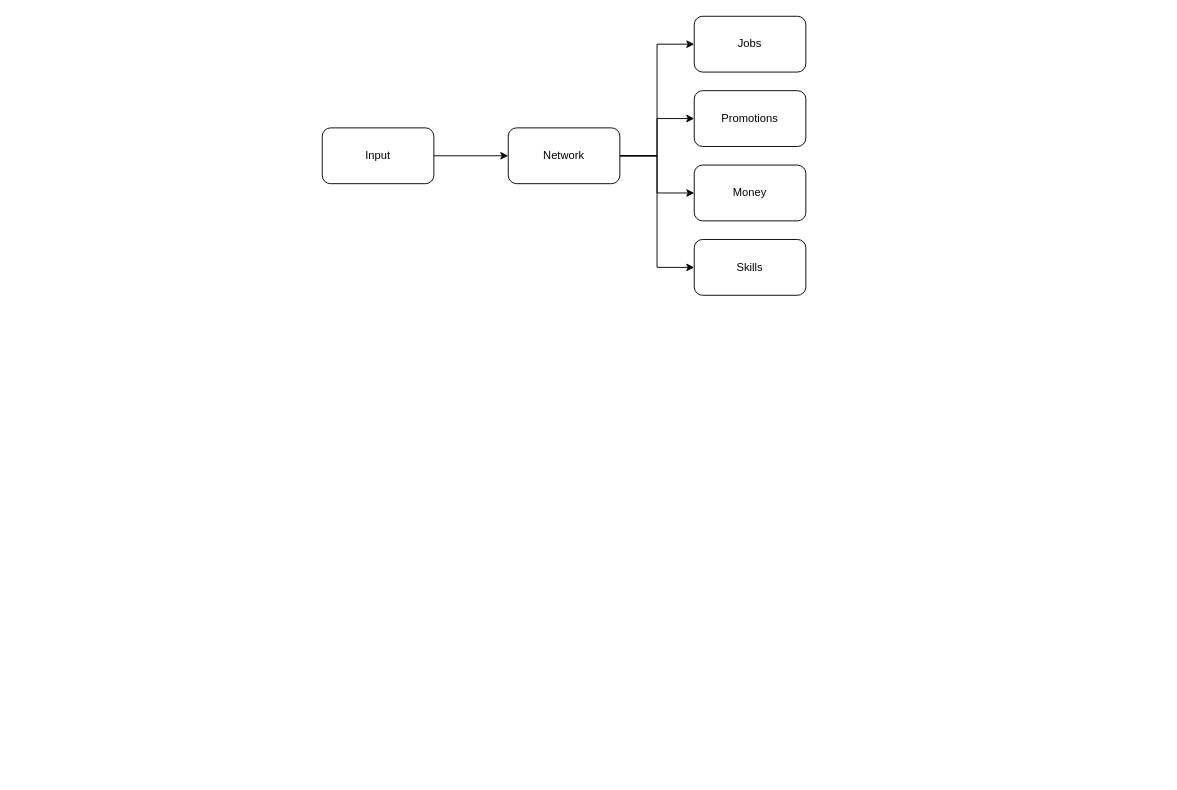
Before: Personal Networking.drawio in andrewBrownConsulting/draw.io, a draw.io diagram. Source tidied: cells renumbered, new cells numbered last; positions are measured from the earlier drawing's top-left corner, leaving out a move shared by most shapes. Both pictures are drawn from the tidied source at 93%, with x=0, y=0 at pixel (322, 16).
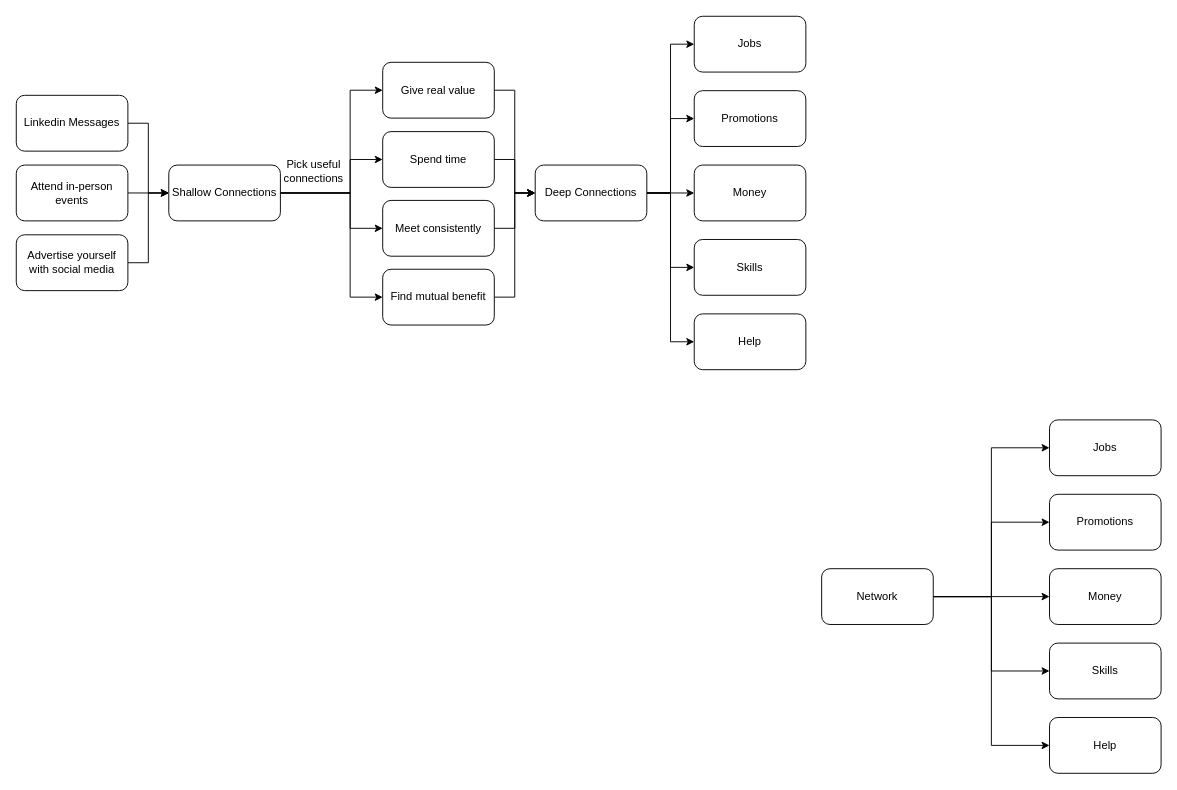
Above is the later version.

The change refers to these unchanged cells:
```xml
<mxCell id="2" value="Jobs" style="rounded=1;whiteSpace=wrap;html=1;" parent="1" vertex="1">
  <mxGeometry x="400" width="120" height="60" as="geometry" />
</mxCell>
<mxCell id="10" value="Promotions" style="rounded=1;whiteSpace=wrap;html=1;" parent="1" vertex="1">
  <mxGeometry x="400" y="80" width="120" height="60" as="geometry" />
</mxCell>
<mxCell id="11" value="Money" style="rounded=1;whiteSpace=wrap;html=1;" parent="1" vertex="1">
  <mxGeometry x="400" y="160" width="120" height="60" as="geometry" />
</mxCell>
<mxCell id="12" value="Skills" style="rounded=1;whiteSpace=wrap;html=1;" parent="1" vertex="1">
  <mxGeometry x="400" y="240" width="120" height="60" as="geometry" />
</mxCell>
```

What changed in the source:
```diff
@@
-    <mxCell id="3" style="edgeStyle=orthogonalEdgeStyle;rounded=0;jettySize=auto;html=1;" parent="1" edge="1" source="4" target="9">
-      <mxGeometry relative="1" as="geometry" />
-    </mxCell>
+    <mxCell id="13" style="edgeStyle=orthogonalEdgeStyle;rounded=0;jettySize=auto;html=1;entryX=0;entryY=0.5;entryDx=0;entryDy=0;" parent="1" edge="1" source="4" target="22">
+      <mxGeometry relative="1" as="geometry" />
+    </mxCell>
-    <mxCell id="4" value="Input" style="rounded=1;whiteSpace=wrap;html=1;" parent="1" vertex="1">
-      <mxGeometry y="120" width="120" height="60" as="geometry" />
+    <mxCell id="4" value="Linkedin Messages" style="rounded=1;whiteSpace=wrap;html=1;" parent="1" vertex="1">
+      <mxGeometry x="-329" y="85" width="120" height="60" as="geometry" />
     </mxCell>
-    <mxCell id="5" style="edgeStyle=orthogonalEdgeStyle;rounded=0;jettySize=auto;html=1;entryX=0;entryY=0.5;entryDx=0;entryDy=0;" parent="1" edge="1" source="9" target="2">
+    <mxCell id="5" style="edgeStyle=orthogonalEdgeStyle;rounded=0;jettySize=auto;html=1;entryX=0;entryY=0.5;entryDx=0;entryDy=0;exitX=1;exitY=0.5;exitDx=0;exitDy=0;" parent="1" edge="1" source="24" target="2">
       <mxGeometry relative="1" as="geometry" />
     </mxCell>
-    <mxCell id="6" style="edgeStyle=orthogonalEdgeStyle;rounded=0;jettySize=auto;html=1;entryX=0;entryY=0.5;entryDx=0;entryDy=0;" parent="1" edge="1" source="9" target="10">
+    <mxCell id="6" style="edgeStyle=orthogonalEdgeStyle;rounded=0;jettySize=auto;html=1;entryX=0;entryY=0.5;entryDx=0;entryDy=0;exitX=1;exitY=0.5;exitDx=0;exitDy=0;" parent="1" edge="1" source="24" target="10">
       <mxGeometry relative="1" as="geometry" />
     </mxCell>
-    <mxCell id="7" style="edgeStyle=orthogonalEdgeStyle;rounded=0;jettySize=auto;html=1;entryX=0;entryY=0.5;entryDx=0;entryDy=0;" parent="1" edge="1" source="9" target="11">
+    <mxCell id="7" style="edgeStyle=orthogonalEdgeStyle;rounded=0;jettySize=auto;html=1;entryX=0;entryY=0.5;entryDx=0;entryDy=0;exitX=1;exitY=0.5;exitDx=0;exitDy=0;" parent="1" edge="1" source="24" target="11">
       <mxGeometry relative="1" as="geometry" />
     </mxCell>
-    <mxCell id="8" style="edgeStyle=orthogonalEdgeStyle;rounded=0;jettySize=auto;html=1;entryX=0;entryY=0.5;entryDx=0;entryDy=0;" parent="1" edge="1" source="9" target="12">
+    <mxCell id="8" style="edgeStyle=orthogonalEdgeStyle;rounded=0;jettySize=auto;html=1;entryX=0;entryY=0.5;entryDx=0;entryDy=0;exitX=1;exitY=0.5;exitDx=0;exitDy=0;" parent="1" edge="1" source="24" target="12">
       <mxGeometry relative="1" as="geometry" />
     </mxCell>
-    <mxCell id="9" value="Network" style="rounded=1;whiteSpace=wrap;html=1;" parent="1" vertex="1">
-      <mxGeometry x="200" y="120" width="120" height="60" as="geometry" />
-    </mxCell>
@@
+    <mxCell id="14" style="edgeStyle=orthogonalEdgeStyle;rounded=0;jettySize=auto;html=1;entryX=0;entryY=0.5;entryDx=0;entryDy=0;" parent="1" edge="1" source="15" target="22">
+      <mxGeometry relative="1" as="geometry" />
+    </mxCell>
+    <mxCell id="15" value="Advertise yourself with social media" style="rounded=1;whiteSpace=wrap;html=1;" parent="1" vertex="1">
+      <mxGeometry x="-329" y="235" width="120" height="60" as="geometry" />
+    </mxCell>
+    <mxCell id="16" style="edgeStyle=orthogonalEdgeStyle;rounded=0;jettySize=auto;html=1;entryX=0;entryY=0.5;entryDx=0;entryDy=0;" parent="1" edge="1" source="17" target="22">
+      <mxGeometry relative="1" as="geometry" />
+    </mxCell>
+    <mxCell id="17" value="Attend in-person events" style="rounded=1;whiteSpace=wrap;html=1;" parent="1" vertex="1">
+      <mxGeometry x="-329" y="160" width="120" height="60" as="geometry" />
+    </mxCell>
+    <mxCell id="18" style="edgeStyle=orthogonalEdgeStyle;rounded=0;jettySize=auto;html=1;entryX=0;entryY=0.5;entryDx=0;entryDy=0;" parent="1" edge="1" source="22" target="26">
+      <mxGeometry relative="1" as="geometry">
+        <Array as="points">
+          <mxPoint x="30" y="190" />
+          <mxPoint x="30" y="80" />
+        </Array>
+      </mxGeometry>
+    </mxCell>
+    <mxCell id="19" style="edgeStyle=orthogonalEdgeStyle;rounded=0;jettySize=auto;html=1;exitX=1;exitY=0.5;exitDx=0;exitDy=0;entryX=0;entryY=0.5;entryDx=0;entryDy=0;" parent="1" edge="1" source="22" target="28">
+      <mxGeometry relative="1" as="geometry">
+        <Array as="points">
+          <mxPoint x="30" y="190" />
+          <mxPoint x="30" y="154" />
+        </Array>
+      </mxGeometry>
+    </mxCell>
+    <mxCell id="20" style="edgeStyle=orthogonalEdgeStyle;rounded=0;jettySize=auto;html=1;exitX=1;exitY=0.5;exitDx=0;exitDy=0;entryX=0;entryY=0.5;entryDx=0;entryDy=0;" parent="1" edge="1" source="22" target="31">
+      <mxGeometry relative="1" as="geometry">
+        <Array as="points">
+          <mxPoint x="30" y="190" />
+          <mxPoint x="30" y="228" />
+        </Array>
+      </mxGeometry>
+    </mxCell>
+    <mxCell id="21" style="edgeStyle=orthogonalEdgeStyle;rounded=0;jettySize=auto;html=1;entryX=0;entryY=0.5;entryDx=0;entryDy=0;" parent="1" edge="1" source="22" target="34">
+      <mxGeometry relative="1" as="geometry">
+        <Array as="points">
+          <mxPoint x="30" y="190" />
+          <mxPoint x="30" y="302" />
+        </Array>
+      </mxGeometry>
+    </mxCell>
+    <mxCell id="22" value="Shallow Connections" style="rounded=1;whiteSpace=wrap;html=1;" parent="1" vertex="1">
+      <mxGeometry x="-165" y="160" width="120" height="60" as="geometry" />
+    </mxCell>
+    <mxCell id="23" style="edgeStyle=orthogonalEdgeStyle;rounded=0;jettySize=auto;html=1;exitX=1;exitY=0.5;exitDx=0;exitDy=0;entryX=0;entryY=0.5;entryDx=0;entryDy=0;" parent="1" edge="1" source="24" target="32">
+      <mxGeometry relative="1" as="geometry" />
+    </mxCell>
+    <mxCell id="24" value="Deep Connections" style="rounded=1;whiteSpace=wrap;html=1;" parent="1" vertex="1">
+      <mxGeometry x="229" y="160" width="120" height="60" as="geometry" />
+    </mxCell>
+    <mxCell id="25" style="edgeStyle=orthogonalEdgeStyle;rounded=0;jettySize=auto;html=1;entryX=0;entryY=0.5;entryDx=0;entryDy=0;" parent="1" edge="1" source="26" target="24">
+      <mxGeometry relative="1" as="geometry" />
+    </mxCell>
+    <mxCell id="26" value="Give real value" style="rounded=1;whiteSpace=wrap;html=1;" parent="1" vertex="1">
+      <mxGeometry x="65" y="49.5" width="120" height="60" as="geometry" />
+    </mxCell>
+    <mxCell id="27" style="edgeStyle=orthogonalEdgeStyle;rounded=0;jettySize=auto;html=1;exitX=1;exitY=0.5;exitDx=0;exitDy=0;entryX=0;entryY=0.5;entryDx=0;entryDy=0;" parent="1" edge="1" source="28" target="24">
+      <mxGeometry relative="1" as="geometry" />
+    </mxCell>
+    <mxCell id="28" value="Spend time" style="rounded=1;whiteSpace=wrap;html=1;" parent="1" vertex="1">
+      <mxGeometry x="65" y="124" width="120" height="60" as="geometry" />
+    </mxCell>
+    <mxCell id="29" value="Pick useful connections" style="text;html=1;align=center;verticalAlign=middle;whiteSpace=wrap;rounded=0;" parent="1" vertex="1">
+      <mxGeometry x="-69" y="144.5" width="120" height="45" as="geometry" />
+    </mxCell>
+    <mxCell id="30" style="edgeStyle=orthogonalEdgeStyle;rounded=0;jettySize=auto;html=1;exitX=1;exitY=0.5;exitDx=0;exitDy=0;entryX=0;entryY=0.5;entryDx=0;entryDy=0;" parent="1" edge="1" source="31" target="24">
+      <mxGeometry relative="1" as="geometry" />
+    </mxCell>
+    <mxCell id="31" value="Meet consistently" style="rounded=1;whiteSpace=wrap;html=1;" parent="1" vertex="1">
+      <mxGeometry x="65" y="198" width="120" height="60" as="geometry" />
+    </mxCell>
+    <mxCell id="32" value="Help" style="rounded=1;whiteSpace=wrap;html=1;" parent="1" vertex="1">
+      <mxGeometry x="400" y="320" width="120" height="60" as="geometry" />
+    </mxCell>
+    <mxCell id="33" style="edgeStyle=orthogonalEdgeStyle;rounded=0;jettySize=auto;html=1;entryX=0;entryY=0.5;entryDx=0;entryDy=0;" parent="1" edge="1" source="34" target="24">
+      <mxGeometry relative="1" as="geometry" />
+    </mxCell>
+    <mxCell id="34" value="Find mutual benefit" style="rounded=1;whiteSpace=wrap;html=1;" parent="1" vertex="1">
+      <mxGeometry x="65" y="272" width="120" height="60" as="geometry" />
+    </mxCell>
+    <mxCell id="35" value="Jobs" style="rounded=1;whiteSpace=wrap;html=1;" parent="1" vertex="1">
+      <mxGeometry x="782" y="434" width="120" height="60" as="geometry" />
+    </mxCell>
+    <mxCell id="36" style="edgeStyle=orthogonalEdgeStyle;rounded=0;jettySize=auto;html=1;entryX=0;entryY=0.5;entryDx=0;entryDy=0;exitX=1;exitY=0.5;exitDx=0;exitDy=0;" parent="1" edge="1" source="9" target="35">
+      <mxGeometry relative="1" as="geometry" />
+    </mxCell>
+    <mxCell id="37" style="edgeStyle=orthogonalEdgeStyle;rounded=0;jettySize=auto;html=1;entryX=0;entryY=0.5;entryDx=0;entryDy=0;exitX=1;exitY=0.5;exitDx=0;exitDy=0;" parent="1" edge="1" source="9" target="40">
+      <mxGeometry relative="1" as="geometry" />
+    </mxCell>
+    <mxCell id="38" style="edgeStyle=orthogonalEdgeStyle;rounded=0;jettySize=auto;html=1;entryX=0;entryY=0.5;entryDx=0;entryDy=0;exitX=1;exitY=0.5;exitDx=0;exitDy=0;" parent="1" edge="1" source="9" target="41">
+      <mxGeometry relative="1" as="geometry" />
+    </mxCell>
+    <mxCell id="39" style="edgeStyle=orthogonalEdgeStyle;rounded=0;jettySize=auto;html=1;entryX=0;entryY=0.5;entryDx=0;entryDy=0;exitX=1;exitY=0.5;exitDx=0;exitDy=0;" parent="1" edge="1" source="9" target="42">
+      <mxGeometry relative="1" as="geometry" />
+    </mxCell>
+    <mxCell id="40" value="Promotions" style="rounded=1;whiteSpace=wrap;html=1;" parent="1" vertex="1">
+      <mxGeometry x="782" y="514" width="120" height="60" as="geometry" />
+    </mxCell>
+    <mxCell id="41" value="Money" style="rounded=1;whiteSpace=wrap;html=1;" parent="1" vertex="1">
+      <mxGeometry x="782" y="594" width="120" height="60" as="geometry" />
+    </mxCell>
+    <mxCell id="42" value="Skills" style="rounded=1;whiteSpace=wrap;html=1;" parent="1" vertex="1">
+      <mxGeometry x="782" y="674" width="120" height="60" as="geometry" />
+    </mxCell>
+    <mxCell id="43" style="edgeStyle=orthogonalEdgeStyle;rounded=0;jettySize=auto;html=1;exitX=1;exitY=0.5;exitDx=0;exitDy=0;entryX=0;entryY=0.5;entryDx=0;entryDy=0;" parent="1" edge="1" source="9" target="44">
+      <mxGeometry relative="1" as="geometry" />
+    </mxCell>
+    <mxCell id="9" value="Network" style="rounded=1;whiteSpace=wrap;html=1;" parent="1" vertex="1">
+      <mxGeometry x="537" y="594" width="120" height="60" as="geometry" />
+    </mxCell>
+    <mxCell id="44" value="Help" style="rounded=1;whiteSpace=wrap;html=1;" parent="1" vertex="1">
+      <mxGeometry x="782" y="754" width="120" height="60" as="geometry" />
+    </mxCell>
```
